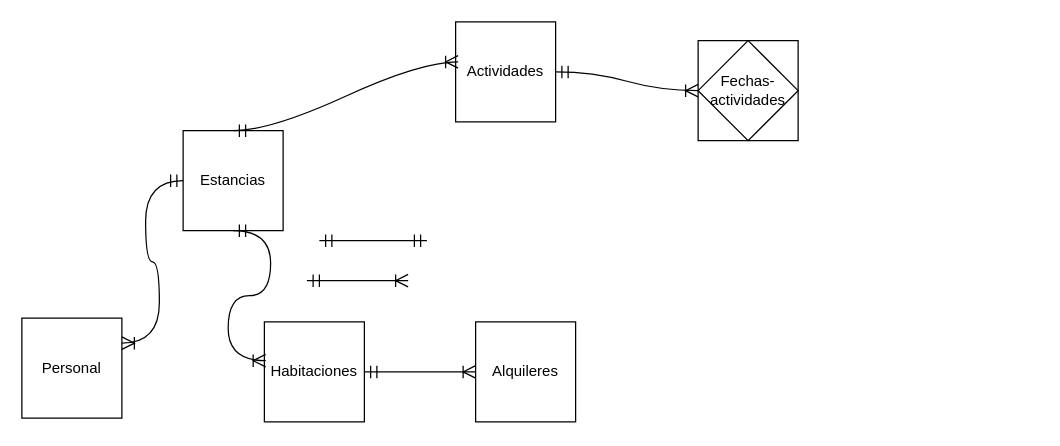
Daniel-Ceriana/BD1 keeps this draw.io diagram as Ejercicio5.drawio. Above is the earlier version. Source tidied: cells renumbered, new cells numbered last; positions are measured from the earlier drawing's top-left corner, leaving out a move shared by most shapes. Both pictures are drawn from the tidied source at 125%, with x=0, y=0 at pixel (21, 21).
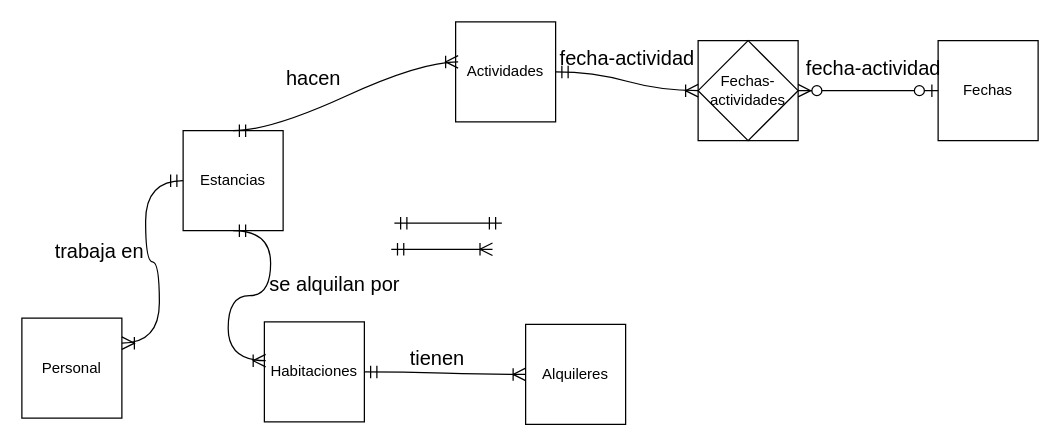
Above is the later version.

Unchanged cells that the change refers to:
```xml
<mxCell id="8" value="Fechas-actividades" style="rhombus;whiteSpace=wrap;html=1;" parent="1" vertex="1">
  <mxGeometry x="541" y="15" width="80" height="80" as="geometry" />
</mxCell>
```

The edit, as a diff of the source:
```diff
@@
     <mxCell id="6" value="Alquileres" style="whiteSpace=wrap;html=1;" parent="1" vertex="1">
-      <mxGeometry x="363" y="240" width="80" height="80" as="geometry" />
+      <mxGeometry x="403" y="242" width="80" height="80" as="geometry" />
     </mxCell>
@@
     <mxCell id="9" style="edgeStyle=entityRelationEdgeStyle;fontSize=12;html=1;endArrow=ERoneToMany;startArrow=ERmandOne;rounded=0;startSize=8;endSize=8;curved=1;" parent="1" edge="1">
       <mxGeometry relative="1" as="geometry">
-        <mxPoint x="228" y="207" as="sourcePoint" />
-        <mxPoint x="309" y="207" as="targetPoint" />
+        <mxPoint x="295.5" y="181.9" as="sourcePoint" />
+        <mxPoint x="376.5" y="181.9" as="targetPoint" />
         <Array as="points">
-          <mxPoint x="340" y="257" />
-          <mxPoint x="188" y="52" />
+          <mxPoint x="407.5" y="231.9" />
+          <mxPoint x="255.5" y="26.9" />
         </Array>
       </mxGeometry>
     </mxCell>
     <mxCell id="10" style="edgeStyle=entityRelationEdgeStyle;fontSize=12;html=1;endArrow=ERmandOne;startArrow=ERmandOne;rounded=0;startSize=8;endSize=8;curved=1;" parent="1" edge="1">
       <mxGeometry relative="1" as="geometry">
-        <mxPoint x="238" y="175" as="sourcePoint" />
-        <mxPoint x="324" y="175" as="targetPoint" />
+        <mxPoint x="298" y="161" as="sourcePoint" />
+        <mxPoint x="384" y="161" as="targetPoint" />
         <Array as="points">
-          <mxPoint x="222" y="7" />
+          <mxPoint x="282" y="-7" />
         </Array>
       </mxGeometry>
     </mxCell>
@@
+    <mxCell id="16" value="Fechas" style="whiteSpace=wrap;html=1;" parent="1" vertex="1">
+      <mxGeometry x="733" y="15" width="80" height="80" as="geometry" />
+    </mxCell>
+    <mxCell id="17" style="edgeStyle=entityRelationEdgeStyle;fontSize=12;html=1;endArrow=ERzeroToMany;startArrow=ERzeroToOne;rounded=0;startSize=8;endSize=8;curved=1;exitX=0;exitY=0.5;exitDx=0;exitDy=0;entryX=1;entryY=0.5;entryDx=0;entryDy=0;" parent="1" edge="1" source="16" target="8">
+      <mxGeometry relative="1" as="geometry" />
+    </mxCell>
+    <mxCell id="18" value="hacen" style="text;html=1;align=center;verticalAlign=middle;strokeColor=none;fillColor=none;fontSize=16;" parent="1" vertex="1">
+      <mxGeometry x="201.5" y="29.5" width="62" height="31" as="geometry" />
+    </mxCell>
+    <mxCell id="19" value="fecha-actividad" style="text;html=1;align=center;verticalAlign=middle;strokeColor=none;fillColor=none;fontSize=16;" parent="1" vertex="1">
+      <mxGeometry x="421" y="13" width="126" height="31" as="geometry" />
+    </mxCell>
+    <mxCell id="20" value="fecha-actividad" style="text;html=1;align=center;verticalAlign=middle;strokeColor=none;fillColor=none;fontSize=16;" parent="1" vertex="1">
+      <mxGeometry x="618" y="21.5" width="126" height="31" as="geometry" />
+    </mxCell>
+    <mxCell id="21" value="trabaja en&amp;nbsp;" style="text;html=1;align=center;verticalAlign=middle;strokeColor=none;fillColor=none;fontSize=16;" parent="1" vertex="1">
+      <mxGeometry x="17" y="167" width="94" height="31" as="geometry" />
+    </mxCell>
+    <mxCell id="22" value="se alquilan por" style="text;html=1;align=center;verticalAlign=middle;strokeColor=none;fillColor=none;fontSize=16;" parent="1" vertex="1">
+      <mxGeometry x="189" y="194" width="122" height="31" as="geometry" />
+    </mxCell>
+    <mxCell id="23" value="tienen" style="text;html=1;align=center;verticalAlign=middle;strokeColor=none;fillColor=none;fontSize=16;" parent="1" vertex="1">
+      <mxGeometry x="301" y="253" width="62" height="31" as="geometry" />
+    </mxCell>
```
